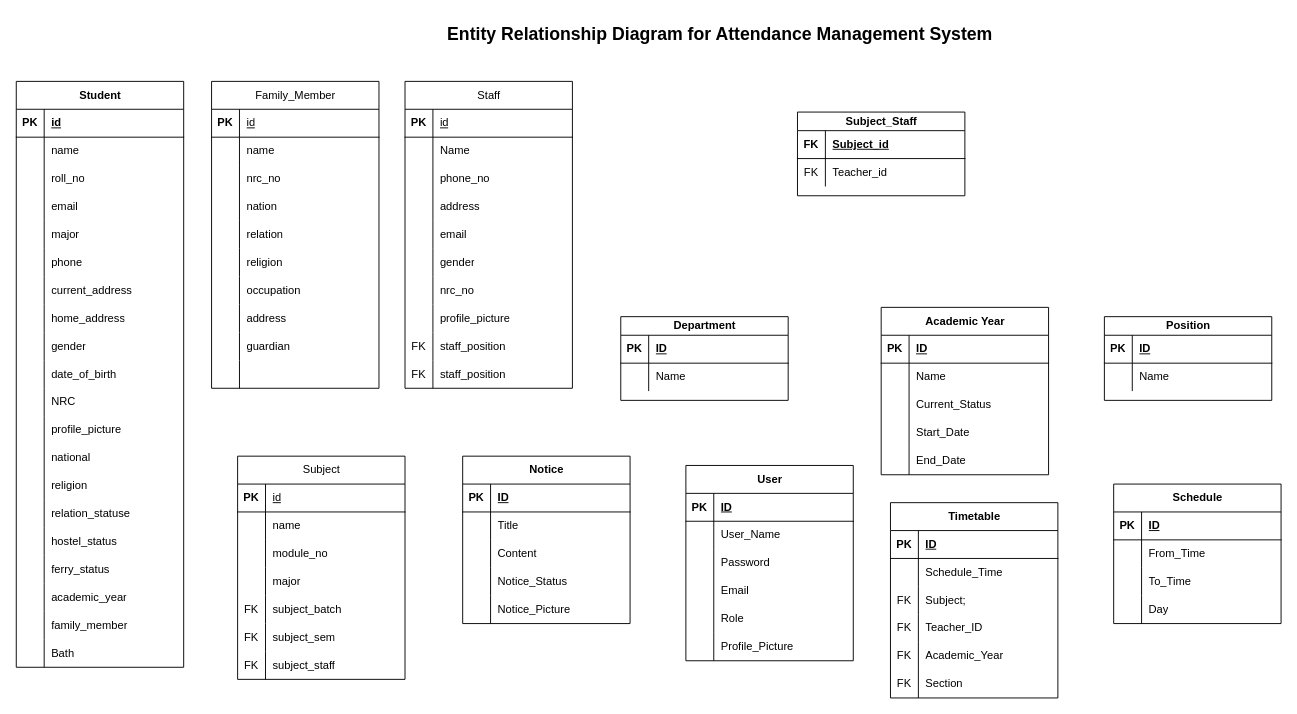
KhunMaungNgwee/InternShipProject keeps this draw.io diagram as ER.drawio. Above is the earlier version. Source tidied: cells renumbered, new cells numbered last; positions are measured from the earlier drawing's top-left corner, leaving out a move shared by most shapes. Both pictures are drawn from the tidied source at 93%, with x=0, y=0 at pixel (16, 16).
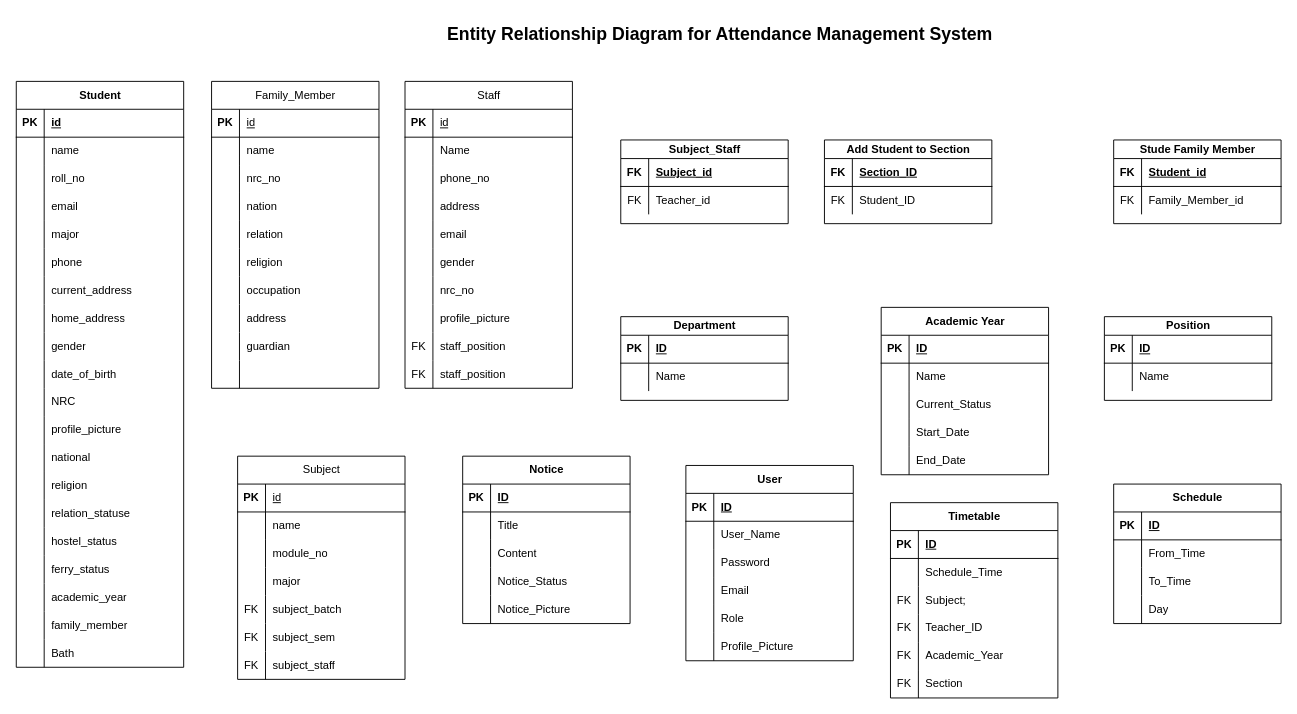
Above is the later version.

The edit, as a diff of the source:
```diff
@@
     <mxCell id="245" value="Subject_Staff" style="shape=table;startSize=20;childLayout=tableLayout;rowLines=0;fontStyle=1;align=center;html=1;" parent="1" vertex="1">
-      <mxGeometry x="840" y="103" width="180" height="90" as="geometry" />
+      <mxGeometry x="650" y="133" width="180" height="90" as="geometry" />
     </mxCell>
@@
+    <mxCell id="252" value="Add Student to Section" style="shape=table;startSize=20;childLayout=tableLayout;rowLines=0;fontStyle=1;align=center;html=1;" parent="1" vertex="1">
+      <mxGeometry x="869" y="133" width="180" height="90" as="geometry" />
+    </mxCell>
+    <mxCell id="253" style="shape=tableRow;horizontal=0;startSize=0;swimlaneHead=0;swimlaneBody=0;fillColor=none;top=0;left=0;right=0;bottom=1;" parent="252" vertex="1">
+      <mxGeometry y="20" width="180" height="30" as="geometry" />
+    </mxCell>
+    <mxCell id="254" value="FK" style="shape=partialRectangle;fillColor=none;top=0;left=0;bottom=0;right=0;fontStyle=1;overflow=hidden;whiteSpace=wrap;html=1;" parent="253" vertex="1">
+      <mxGeometry width="30" height="30" as="geometry" />
+    </mxCell>
+    <mxCell id="255" value="Section_ID" style="shape=partialRectangle;fillColor=none;top=0;left=0;bottom=0;right=0;align=left;spacingLeft=6;fontStyle=5;overflow=hidden;whiteSpace=wrap;html=1;" parent="253" vertex="1">
+      <mxGeometry x="30" width="150" height="30" as="geometry" />
+    </mxCell>
+    <mxCell id="256" style="shape=tableRow;horizontal=0;startSize=0;swimlaneHead=0;swimlaneBody=0;fillColor=none;top=0;left=0;right=0;bottom=0;" parent="252" vertex="1">
+      <mxGeometry y="50" width="180" height="30" as="geometry" />
+    </mxCell>
+    <mxCell id="257" value="FK" style="shape=partialRectangle;fillColor=none;top=0;left=0;bottom=0;right=0;overflow=hidden;whiteSpace=wrap;html=1;" parent="256" vertex="1">
+      <mxGeometry width="30" height="30" as="geometry" />
+    </mxCell>
+    <mxCell id="258" value="Student_ID" style="shape=partialRectangle;fillColor=none;top=0;left=0;bottom=0;right=0;align=left;spacingLeft=6;overflow=hidden;whiteSpace=wrap;html=1;" parent="256" vertex="1">
+      <mxGeometry x="30" width="150" height="30" as="geometry" />
+    </mxCell>
+    <mxCell id="259" value="Stude Family Member" style="shape=table;startSize=20;childLayout=tableLayout;rowLines=0;fontStyle=1;align=center;html=1;" parent="1" vertex="1">
+      <mxGeometry x="1180" y="133" width="180" height="90" as="geometry" />
+    </mxCell>
+    <mxCell id="260" style="shape=tableRow;horizontal=0;startSize=0;swimlaneHead=0;swimlaneBody=0;fillColor=none;top=0;left=0;right=0;bottom=1;" parent="259" vertex="1">
+      <mxGeometry y="20" width="180" height="30" as="geometry" />
+    </mxCell>
+    <mxCell id="261" value="FK" style="shape=partialRectangle;fillColor=none;top=0;left=0;bottom=0;right=0;fontStyle=1;overflow=hidden;whiteSpace=wrap;html=1;" parent="260" vertex="1">
+      <mxGeometry width="30" height="30" as="geometry" />
+    </mxCell>
+    <mxCell id="262" value="Student_id" style="shape=partialRectangle;fillColor=none;top=0;left=0;bottom=0;right=0;align=left;spacingLeft=6;fontStyle=5;overflow=hidden;whiteSpace=wrap;html=1;" parent="260" vertex="1">
+      <mxGeometry x="30" width="150" height="30" as="geometry" />
+    </mxCell>
+    <mxCell id="263" style="shape=tableRow;horizontal=0;startSize=0;swimlaneHead=0;swimlaneBody=0;fillColor=none;top=0;left=0;right=0;bottom=0;" parent="259" vertex="1">
+      <mxGeometry y="50" width="180" height="30" as="geometry" />
+    </mxCell>
+    <mxCell id="264" value="FK" style="shape=partialRectangle;fillColor=none;top=0;left=0;bottom=0;right=0;overflow=hidden;whiteSpace=wrap;html=1;" parent="263" vertex="1">
+      <mxGeometry width="30" height="30" as="geometry" />
+    </mxCell>
+    <mxCell id="265" value="Family_Member_id" style="shape=partialRectangle;fillColor=none;top=0;left=0;bottom=0;right=0;align=left;spacingLeft=6;overflow=hidden;whiteSpace=wrap;html=1;" parent="263" vertex="1">
+      <mxGeometry x="30" width="150" height="30" as="geometry" />
+    </mxCell>
```
